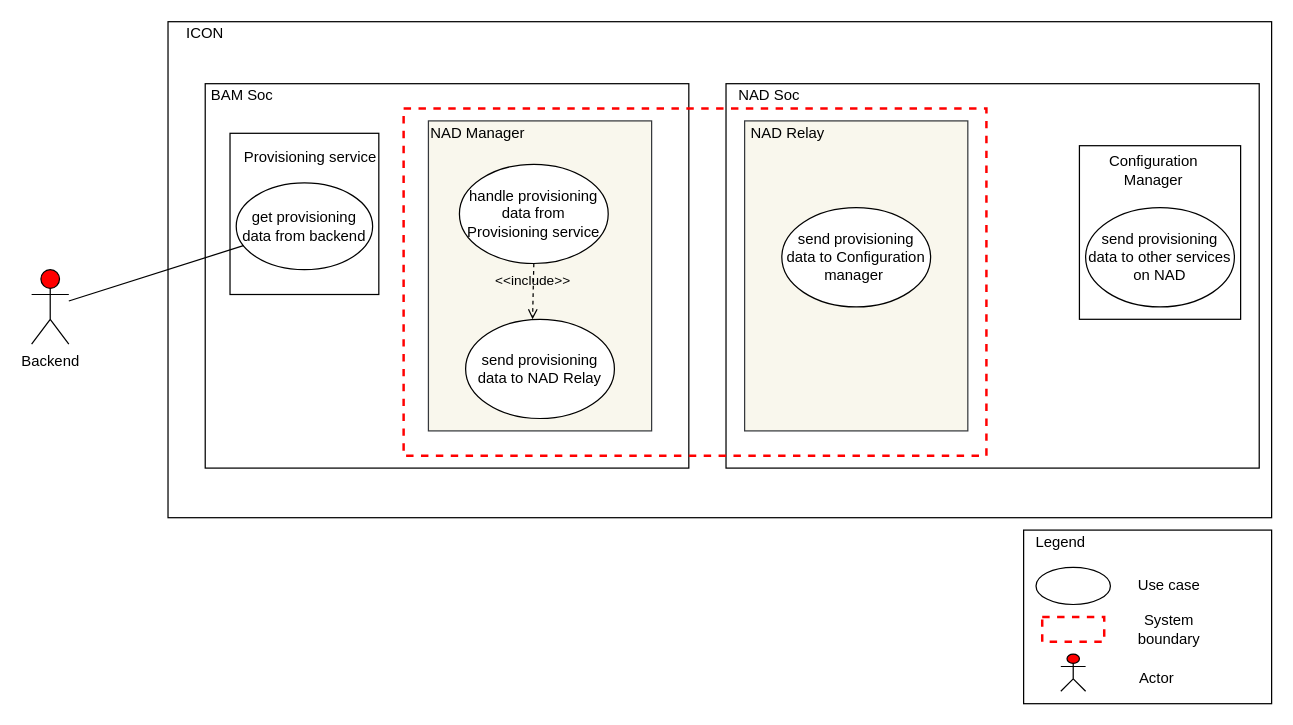
Earlier version of the draw.io diagram page "provisioning" (2 of 6) of doc/SA cert/Design/usecase.drawio (taikt/codefun). Source tidied: cells renumbered, new cells numbered last; positions are measured from the earlier drawing's top-left corner, leaving out a move shared by most shapes. Both pictures are drawn from the tidied source at 124%, with x=0, y=0 at pixel (31, 21).
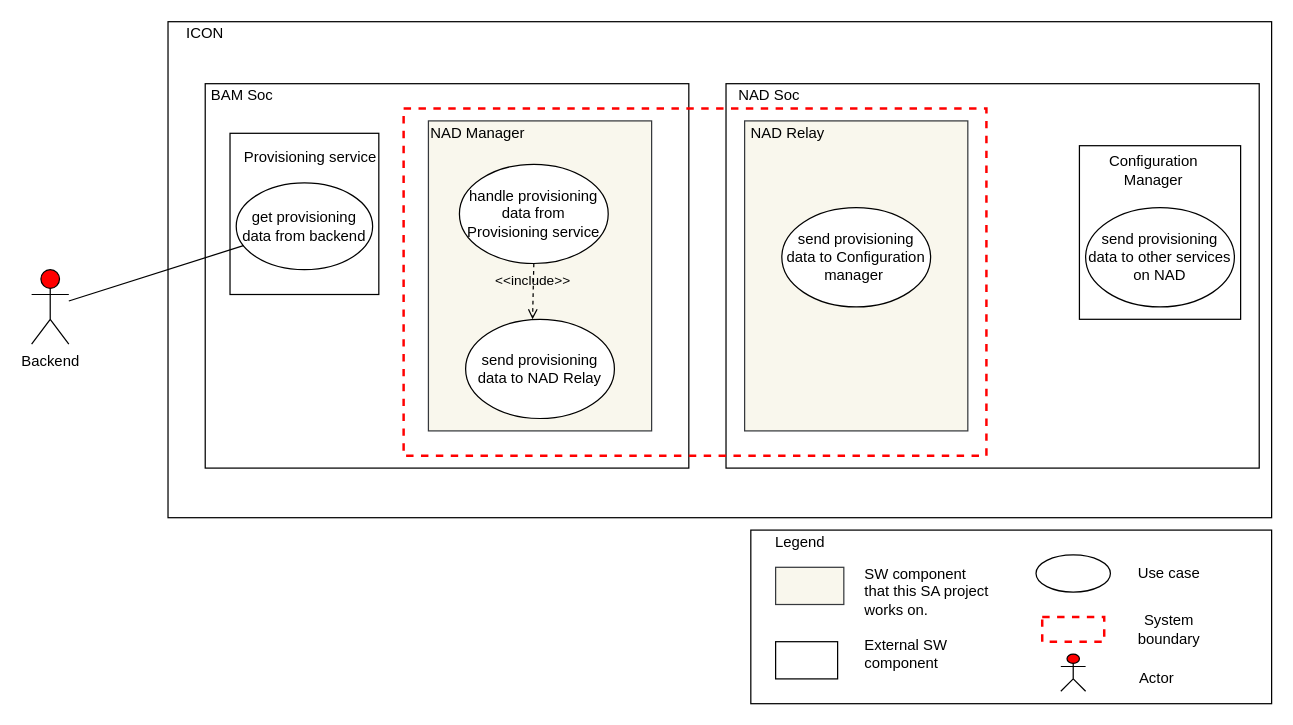
The same diagram, later.

The change refers to these unchanged cells:
```xml
<mxCell id="11" value="handle provisioning &lt;br&gt;data from Provisioning service" style="ellipse;whiteSpace=wrap;html=1;" parent="1" vertex="1">
  <mxGeometry x="345" y="115" width="120" height="80" as="geometry" />
</mxCell>
<mxCell id="21" value="send provisioning data to NAD Relay" style="ellipse;whiteSpace=wrap;html=1;" parent="1" vertex="1">
  <mxGeometry x="350" y="240" width="120" height="80" as="geometry" />
</mxCell>
```

What changed in the source:
```diff
@@
-    <mxCell id="22" style="rounded=0;whiteSpace=wrap;html=1;strokeWidth=1;fillColor=none;" parent="1" vertex="1">
-      <mxGeometry x="800" y="410" width="200" height="140" as="geometry" />
-    </mxCell>
-    <mxCell id="23" style="ellipse;whiteSpace=wrap;html=1;strokeColor=#000000;strokeWidth=1;fillColor=none;" parent="1" vertex="1">
-      <mxGeometry x="810" y="440" width="60" height="30" as="geometry" />
-    </mxCell>
+    <mxCell id="30" value="&amp;lt;&amp;lt;include&amp;gt;&amp;gt;" style="edgeStyle=none;html=1;endArrow=open;verticalAlign=bottom;dashed=1;labelBackgroundColor=none;exitX=0.5;exitY=1;exitDx=0;exitDy=0;entryX=0.45;entryY=0;entryDx=0;entryDy=0;entryPerimeter=0;" parent="1" edge="1" source="11" target="21">
+      <mxGeometry relative="1" as="geometry" />
+    </mxCell>
+    <mxCell id="31" style="rounded=0;whiteSpace=wrap;html=1;" parent="1" vertex="1">
+      <mxGeometry x="845" y="100" width="130" height="140" as="geometry" />
+    </mxCell>
+    <mxCell id="32" value="Configuration Manager" style="text;html=1;strokeColor=none;fillColor=none;align=center;verticalAlign=middle;whiteSpace=wrap;rounded=0;" parent="1" vertex="1">
+      <mxGeometry x="850" y="110" width="110" height="20" as="geometry" />
+    </mxCell>
+    <mxCell id="33" value="send provisioning data to other services on NAD" style="ellipse;whiteSpace=wrap;html=1;" parent="1" vertex="1">
+      <mxGeometry x="850" y="150" width="120" height="80" as="geometry" />
+    </mxCell>
+    <mxCell id="34" style="rounded=0;whiteSpace=wrap;html=1;strokeWidth=1;fillColor=none;" parent="1" vertex="1">
+      <mxGeometry x="580" y="410" width="420" height="140" as="geometry" />
+    </mxCell>
+    <mxCell id="35" style="ellipse;whiteSpace=wrap;html=1;strokeColor=#000000;strokeWidth=1;fillColor=none;" parent="1" vertex="1">
+      <mxGeometry x="810" y="430" width="60" height="30" as="geometry" />
+    </mxCell>
     <mxCell id="24" value="Use case" style="text;html=1;strokeColor=none;fillColor=none;align=center;verticalAlign=middle;whiteSpace=wrap;rounded=0;" parent="1" vertex="1">
-      <mxGeometry x="885" y="445" width="65" height="20" as="geometry" />
+      <mxGeometry x="885" y="435" width="65" height="20" as="geometry" />
     </mxCell>
@@
     <mxCell id="29" value="Legend" style="text;html=1;strokeColor=none;fillColor=none;align=center;verticalAlign=middle;whiteSpace=wrap;rounded=0;" parent="1" vertex="1">
-      <mxGeometry x="810" y="410" width="40" height="20" as="geometry" />
+      <mxGeometry x="600" y="410" width="40" height="20" as="geometry" />
     </mxCell>
-    <mxCell id="30" value="&amp;lt;&amp;lt;include&amp;gt;&amp;gt;" style="edgeStyle=none;html=1;endArrow=open;verticalAlign=bottom;dashed=1;labelBackgroundColor=none;exitX=0.5;exitY=1;exitDx=0;exitDy=0;entryX=0.45;entryY=0;entryDx=0;entryDy=0;entryPerimeter=0;" parent="1" edge="1" source="11" target="21">
-      <mxGeometry relative="1" as="geometry" />
-    </mxCell>
-    <mxCell id="31" style="rounded=0;whiteSpace=wrap;html=1;" parent="1" vertex="1">
-      <mxGeometry x="845" y="100" width="130" height="140" as="geometry" />
-    </mxCell>
-    <mxCell id="32" value="Configuration Manager" style="text;html=1;strokeColor=none;fillColor=none;align=center;verticalAlign=middle;whiteSpace=wrap;rounded=0;" parent="1" vertex="1">
-      <mxGeometry x="850" y="110" width="110" height="20" as="geometry" />
-    </mxCell>
-    <mxCell id="33" value="send provisioning data to other services on NAD" style="ellipse;whiteSpace=wrap;html=1;" parent="1" vertex="1">
-      <mxGeometry x="850" y="150" width="120" height="80" as="geometry" />
-    </mxCell>
+    <mxCell id="36" style="rounded=0;whiteSpace=wrap;html=1;fillColor=#f9f7ed;strokeColor=#36393d;" parent="1" vertex="1">
+      <mxGeometry x="600" y="440" width="55" height="30" as="geometry" />
+    </mxCell>
+    <mxCell id="37" value="SW component that this SA project works on." style="text;html=1;strokeColor=none;fillColor=none;align=left;verticalAlign=middle;whiteSpace=wrap;rounded=0;" parent="1" vertex="1">
+      <mxGeometry x="670" y="450" width="105" height="20" as="geometry" />
+    </mxCell>
+    <mxCell id="38" style="rounded=0;whiteSpace=wrap;html=1;" parent="1" vertex="1">
+      <mxGeometry x="600" y="500" width="50" height="30" as="geometry" />
+    </mxCell>
+    <mxCell id="39" value="External SW component" style="text;html=1;strokeColor=none;fillColor=none;align=left;verticalAlign=middle;whiteSpace=wrap;rounded=0;" parent="1" vertex="1">
+      <mxGeometry x="670" y="500" width="105" height="20" as="geometry" />
+    </mxCell>
```
